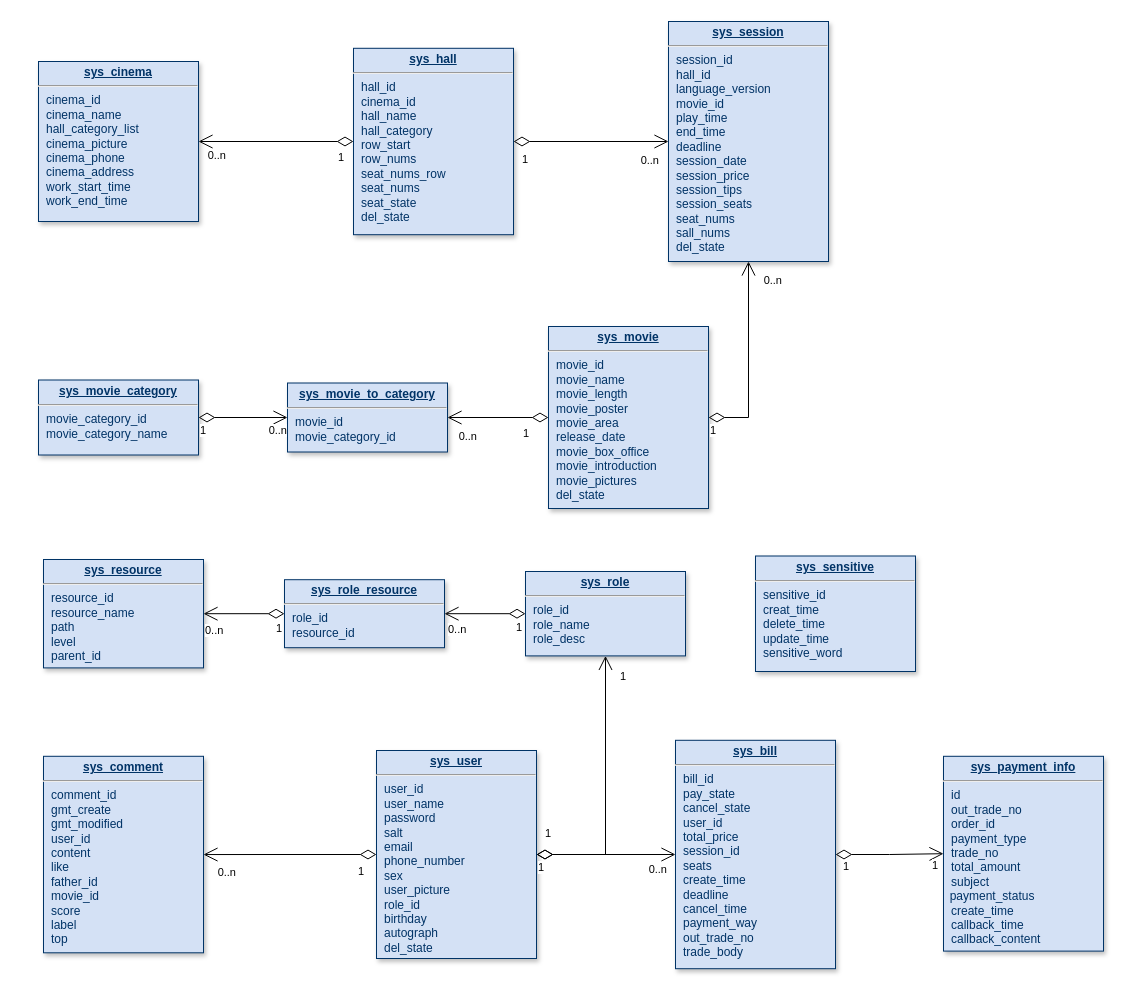
Zhengwenbang/coolweather keeps this draw.io diagram as 未命名绘图1.drawio. Above is the earlier version. Source tidied: cells renumbered, new cells numbered last; positions are measured from the earlier drawing's top-left corner, leaving out a move shared by most shapes. Both pictures are drawn from the tidied source at 100%, with x=0, y=0 at pixel (38, 21).
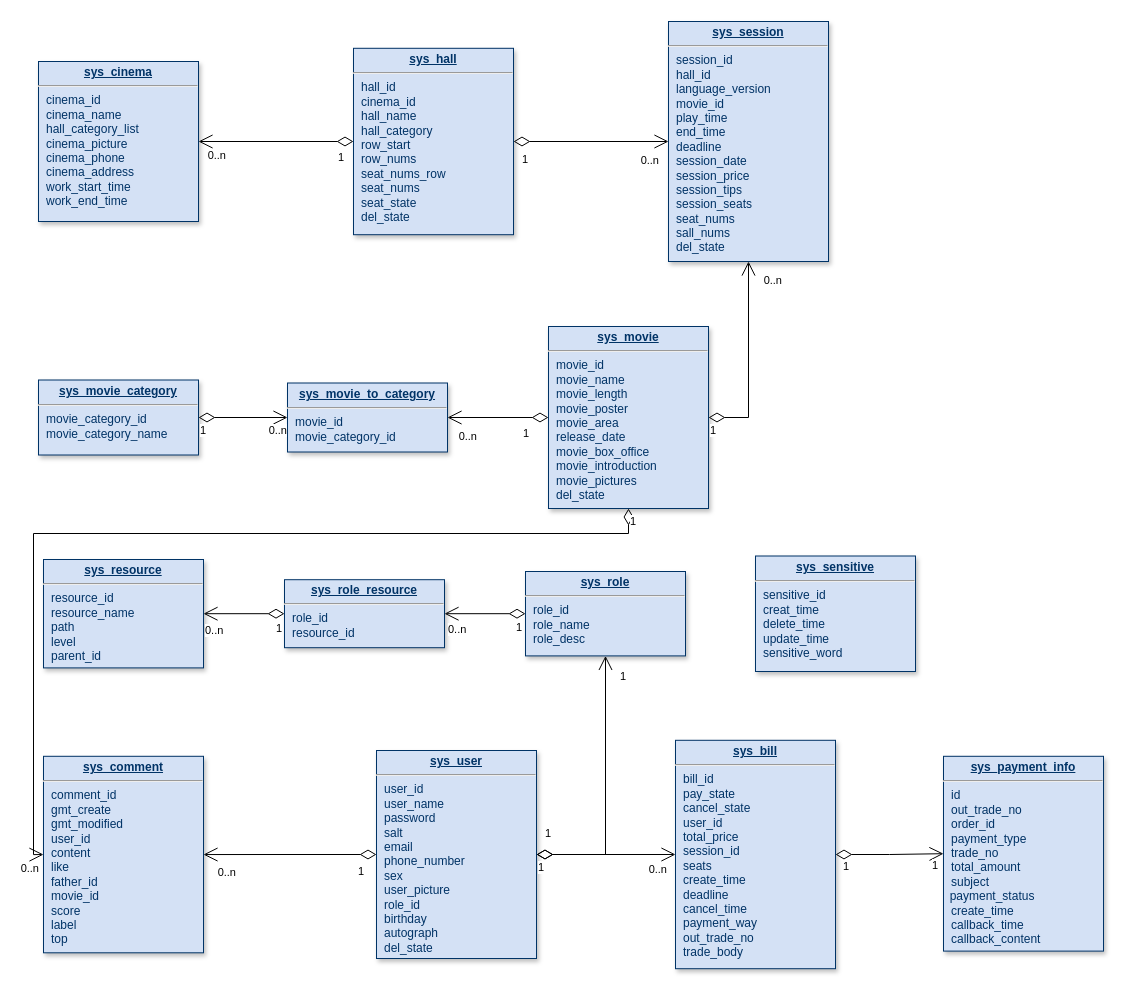
The same page after the edit.

Commit message (it also covers changes not shown here):
更新未命名绘图1.drawio

Unchanged cells that the change refers to:
```xml
<mxCell id="3" value="&lt;p style=&quot;margin: 4px 0px 0px; text-align: center;&quot;&gt;&lt;b&gt;&lt;u&gt;sys_comment&lt;/u&gt;&lt;/b&gt;&lt;br&gt;&lt;/p&gt;&lt;hr&gt;&lt;p style=&quot;margin: 0px; margin-left: 8px;&quot;&gt;comment_id&lt;/p&gt;&lt;p style=&quot;margin: 0px; margin-left: 8px;&quot;&gt;gmt_create&lt;/p&gt;&lt;p style=&quot;margin: 0px; margin-left: 8px;&quot;&gt;gmt_modified&lt;/p&gt;&lt;p style=&quot;margin: 0px; margin-left: 8px;&quot;&gt;user_id&lt;/p&gt;&lt;p style=&quot;margin: 0px; margin-left: 8px;&quot;&gt;content&lt;/p&gt;&lt;p style=&quot;margin: 0px; margin-left: 8px;&quot;&gt;like&lt;br&gt;&lt;/p&gt;&lt;p style=&quot;margin: 0px; margin-left: 8px;&quot;&gt;father_id&lt;br&gt;&lt;/p&gt;&lt;p style=&quot;margin: 0px; margin-left: 8px;&quot;&gt;movie_id&lt;br&gt;&lt;/p&gt;&lt;p style=&quot;margin: 0px; margin-left: 8px;&quot;&gt;score&lt;br&gt;&lt;/p&gt;&lt;p style=&quot;margin: 0px; margin-left: 8px;&quot;&gt;label&lt;br&gt;&lt;/p&gt;&lt;p style=&quot;margin: 0px; margin-left: 8px;&quot;&gt;top&lt;br&gt;&lt;/p&gt;" style="verticalAlign=top;align=left;overflow=fill;fontSize=12;fontFamily=Helvetica;html=1;strokeColor=#003366;shadow=1;fillColor=#D4E1F5;fontColor=#003366;" parent="1" vertex="1">
  <mxGeometry x="5" y="734.8" width="160" height="196.5" as="geometry" />
</mxCell>
<mxCell id="7" value="&lt;p style=&quot;margin: 4px 0px 0px; text-align: center;&quot;&gt;&lt;b&gt;&lt;u&gt;sys_movie&lt;/u&gt;&lt;/b&gt;&lt;br&gt;&lt;/p&gt;&lt;hr&gt;&lt;p style=&quot;margin: 0px; margin-left: 8px;&quot;&gt;movie_id&lt;/p&gt;&lt;p style=&quot;margin: 0px; margin-left: 8px;&quot;&gt;movie_name&lt;/p&gt;&lt;p style=&quot;margin: 0px; margin-left: 8px;&quot;&gt;movie_length&lt;/p&gt;&lt;p style=&quot;margin: 0px; margin-left: 8px;&quot;&gt;movie_poster&lt;/p&gt;&lt;p style=&quot;margin: 0px; margin-left: 8px;&quot;&gt;movie_area&lt;/p&gt;&lt;p style=&quot;margin: 0px; margin-left: 8px;&quot;&gt;release_date&lt;/p&gt;&lt;p style=&quot;margin: 0px; margin-left: 8px;&quot;&gt;movie_box_office&lt;/p&gt;&lt;p style=&quot;margin: 0px; margin-left: 8px;&quot;&gt;movie_introduction&lt;br&gt;&lt;/p&gt;&lt;p style=&quot;margin: 0px; margin-left: 8px;&quot;&gt;movie_pictures&lt;br&gt;&lt;/p&gt;&lt;p style=&quot;margin: 0px; margin-left: 8px;&quot;&gt;del_state&lt;br&gt;&lt;/p&gt;" style="verticalAlign=top;align=left;overflow=fill;fontSize=12;fontFamily=Helvetica;html=1;strokeColor=#003366;shadow=1;fillColor=#D4E1F5;fontColor=#003366;" parent="1" vertex="1">
  <mxGeometry x="510" y="305" width="160" height="182" as="geometry" />
</mxCell>
```

Diff of the diagram source:
```diff
@@
+    <mxCell id="49" style="endArrow=open;html=1;endSize=12;startArrow=diamondThin;startSize=14;startFill=0;edgeStyle=orthogonalEdgeStyle;rounded=0;exitX=0.5;exitY=1;exitDx=0;exitDy=0;entryX=0;entryY=0.5;entryDx=0;entryDy=0;" parent="1" edge="1" source="7" target="3">
+      <mxGeometry relative="1" as="geometry">
+        <Array as="points">
+          <mxPoint x="590" y="512" />
+          <mxPoint x="-5" y="512" />
+          <mxPoint x="-5" y="833" />
+        </Array>
+      </mxGeometry>
+    </mxCell>
+    <mxCell id="50" value="1" style="edgeLabel;html=1;align=left;verticalAlign=top;" parent="49" vertex="1">
+      <mxGeometry x="-1" relative="1" as="geometry" />
+    </mxCell>
+    <mxCell id="51" value="0..n" style="edgeLabel;html=1;align=right;verticalAlign=top;" parent="49" vertex="1">
+      <mxGeometry x="1" relative="1" as="geometry">
+        <mxPoint x="-4" y="1" as="offset" />
+      </mxGeometry>
+    </mxCell>
```
